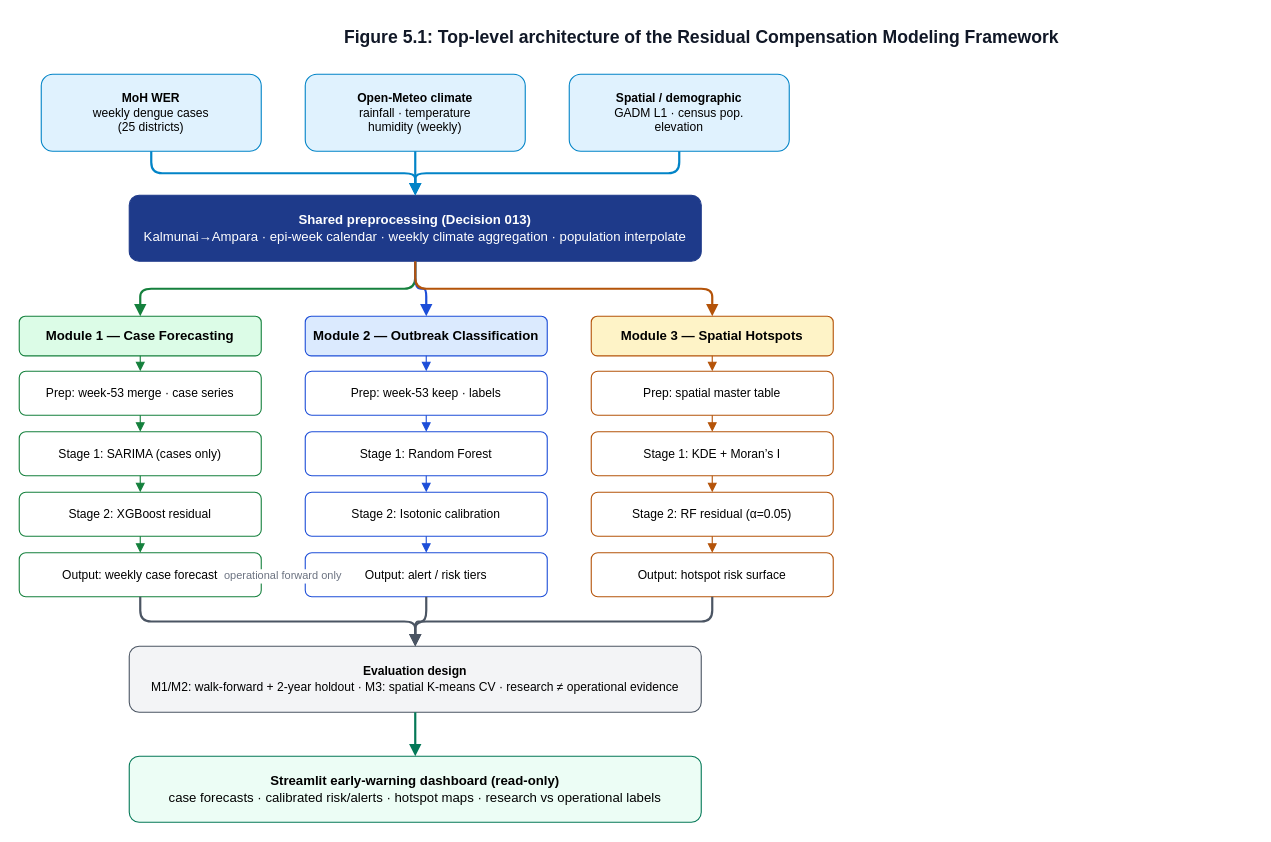
Above: research_context/report_drafts/diagrams/figure_5_1_system_architecture.drawio in CodexonB21/Dengue_Risk_Prediction_Framework (draw.io), before the change. Source tidied: cells renumbered, new cells numbered last; positions are measured from the earlier drawing's top-left corner, leaving out a move shared by most shapes. Both pictures are drawn from the tidied source at 110%, with x=0, y=0 at pixel (19, 19).
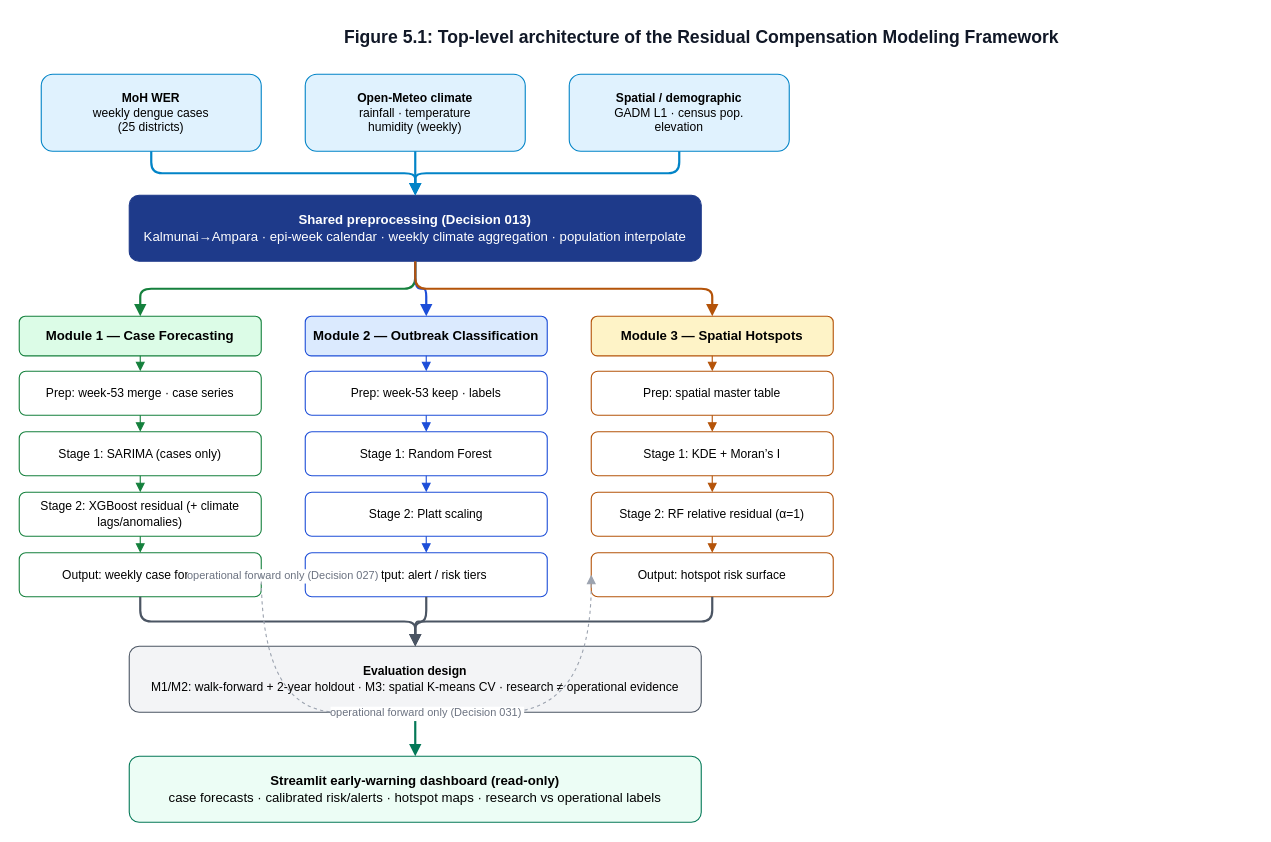
Above is the later version.

Unchanged cells that the change refers to:
```xml
<mxCell id="11" value="Output: weekly case forecast" style="rounded=1;whiteSpace=wrap;html=1;fillColor=#FFFFFF;strokeColor=#15803D;fontSize=11;" parent="1" vertex="1">
  <mxGeometry y="485" width="220" height="40" as="geometry" />
</mxCell>
<mxCell id="16" value="Output: alert / risk tiers" style="rounded=1;whiteSpace=wrap;html=1;fillColor=#FFFFFF;strokeColor=#1D4ED8;fontSize=11;" parent="1" vertex="1">
  <mxGeometry x="260" y="485" width="220" height="40" as="geometry" />
</mxCell>
<mxCell id="21" value="Output: hotspot risk surface" style="rounded=1;whiteSpace=wrap;html=1;fillColor=#FFFFFF;strokeColor=#B45309;fontSize=11;" parent="1" vertex="1">
  <mxGeometry x="520" y="485" width="220" height="40" as="geometry" />
</mxCell>
```

Change to the diagram source:
```diff
@@
-    <mxCell id="10" value="Stage 2: XGBoost residual" style="rounded=1;whiteSpace=wrap;html=1;fillColor=#FFFFFF;strokeColor=#15803D;fontSize=11;" parent="1" vertex="1">
+    <mxCell id="10" value="Stage 2: XGBoost residual (+ climate lags/anomalies)" style="rounded=1;whiteSpace=wrap;html=1;fillColor=#FFFFFF;strokeColor=#15803D;fontSize=11;" parent="1" vertex="1">
       <mxGeometry y="430" width="220" height="40" as="geometry" />
     </mxCell>
@@
-    <mxCell id="15" value="Stage 2: Isotonic calibration" style="rounded=1;whiteSpace=wrap;html=1;fillColor=#FFFFFF;strokeColor=#1D4ED8;fontSize=11;" parent="1" vertex="1">
+    <mxCell id="15" value="Stage 2: Platt scaling" style="rounded=1;whiteSpace=wrap;html=1;fillColor=#FFFFFF;strokeColor=#1D4ED8;fontSize=11;" parent="1" vertex="1">
       <mxGeometry x="260" y="430" width="220" height="40" as="geometry" />
     </mxCell>
@@
-    <mxCell id="20" value="Stage 2: RF residual (α=0.05)" style="rounded=1;whiteSpace=wrap;html=1;fillColor=#FFFFFF;strokeColor=#B45309;fontSize=11;" parent="1" vertex="1">
+    <mxCell id="20" value="Stage 2: RF relative residual (α=1)" style="rounded=1;whiteSpace=wrap;html=1;fillColor=#FFFFFF;strokeColor=#B45309;fontSize=11;" parent="1" vertex="1">
       <mxGeometry x="520" y="430" width="220" height="40" as="geometry" />
     </mxCell>
@@
-    <mxCell id="46" value="operational forward only" style="edgeStyle=orthogonalEdgeStyle;dashed=1;endArrow=block;endFill=1;strokeColor=#9CA3AF;fontSize=10;fontColor=#6B7280;" parent="1" edge="1" source="11" target="16">
+    <mxCell id="46" value="operational forward only (Decision 027)" style="edgeStyle=orthogonalEdgeStyle;dashed=1;endArrow=block;endFill=1;strokeColor=#9CA3AF;fontSize=10;fontColor=#6B7280;" parent="1" edge="1" source="11" target="16">
       <mxGeometry relative="1" as="geometry" />
     </mxCell>
+    <mxCell id="47" value="operational forward only (Decision 031)" style="edgeStyle=orthogonalEdgeStyle;dashed=1;endArrow=block;endFill=1;strokeColor=#9CA3AF;fontSize=10;fontColor=#6B7280;exitX=1;exitY=0.5;exitDx=0;exitDy=0;entryX=0;entryY=0.5;entryDx=0;entryDy=0;curved=1;" parent="1" edge="1" source="11" target="21">
+      <mxGeometry relative="1" as="geometry">
+        <Array as="points">
+          <mxPoint x="360" y="630" />
+          <mxPoint x="630" y="630" />
+        </Array>
+      </mxGeometry>
+    </mxCell>
```
